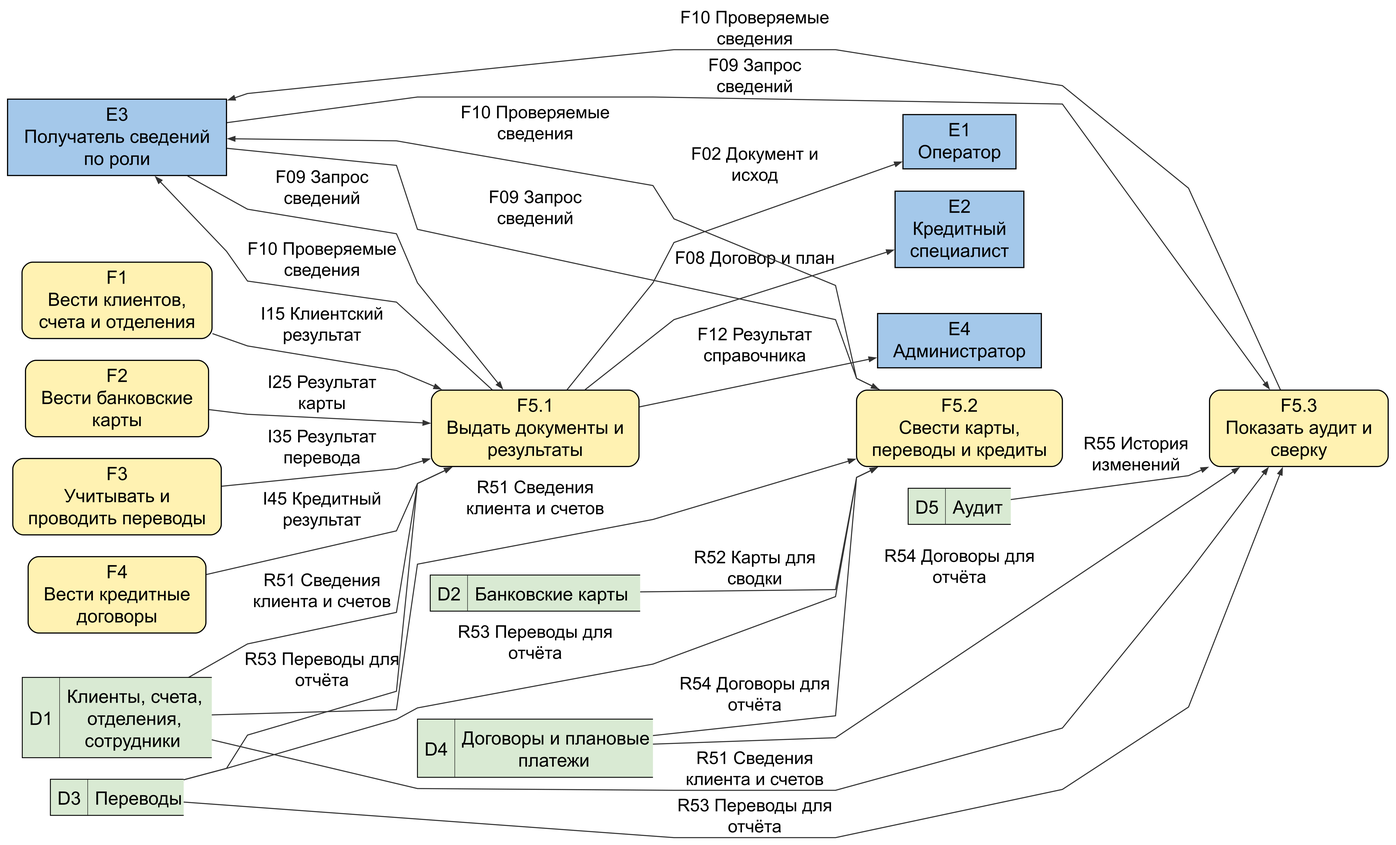
The Graphviz diagram figures/B8_reports.png in qwertyvich/IT-project, before a commit. Its source is kept beside it as figures/B8_reports.dot.
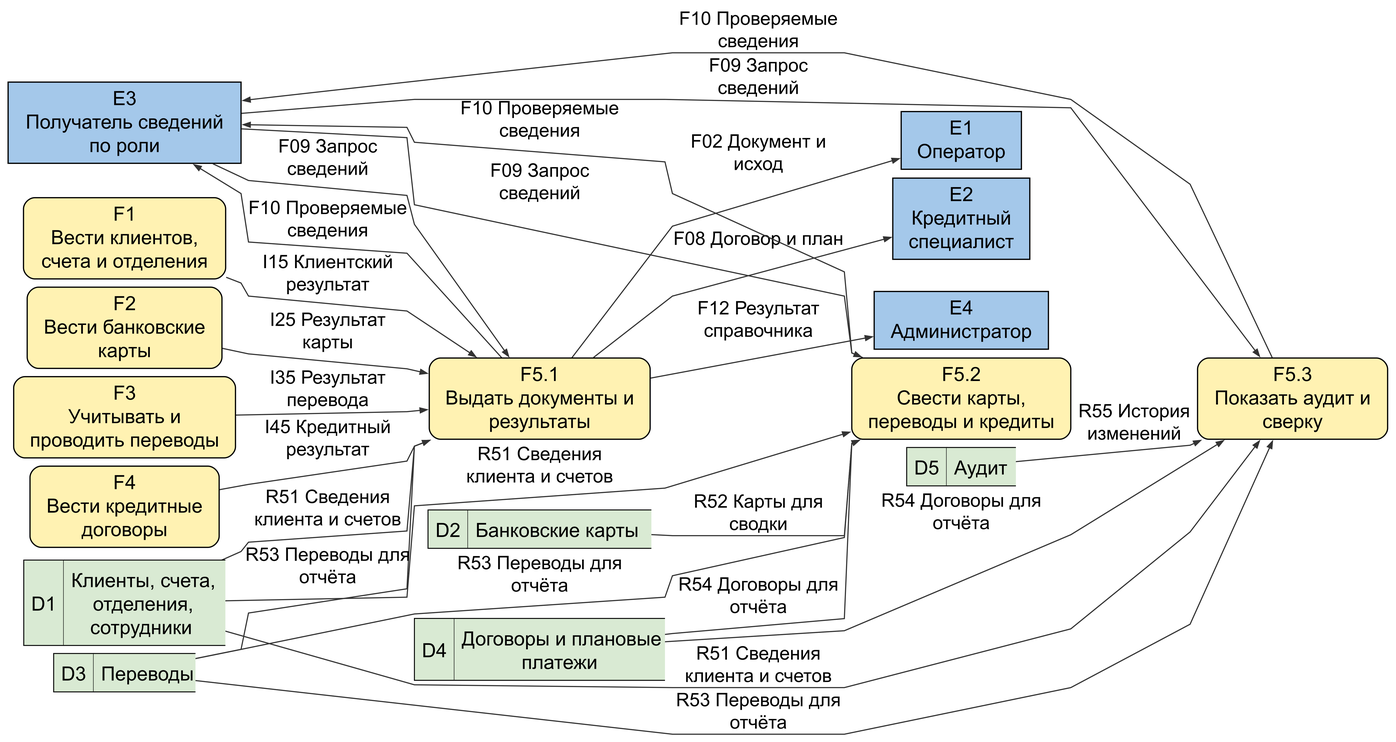
Later version of the same file.

Diff of the diagram source:
```diff
@@ -2,6 +2,7 @@
 graph [rankdir=LR, bgcolor="white", pad=.12, nodesep=.35, ranksep=.65, splines=polyline, outputorder=edgesfirst];
 node [fontname="Arial", fontsize=21, margin=".12,.08", penwidth=1.3];
 edge [fontname="Arial", fontsize=20, color="#333333", penwidth=1.2, arrowsize=.75];
+graph [nodesep=.12, ranksep=.2];
 "E3" [label="E3\nПолучатель сведений\nпо роли", shape="box", style="filled", fillcolor="#A4C8EA", width="3.472"];
 "F5_1" [label="F5.1\nВыдать документы и\nрезультаты", shape="box", style="rounded,filled", fillcolor="#FFF2B2", width="3.292"];
 E3 -> F5_1 [label="F09 Запрос\nсведений"];
```
